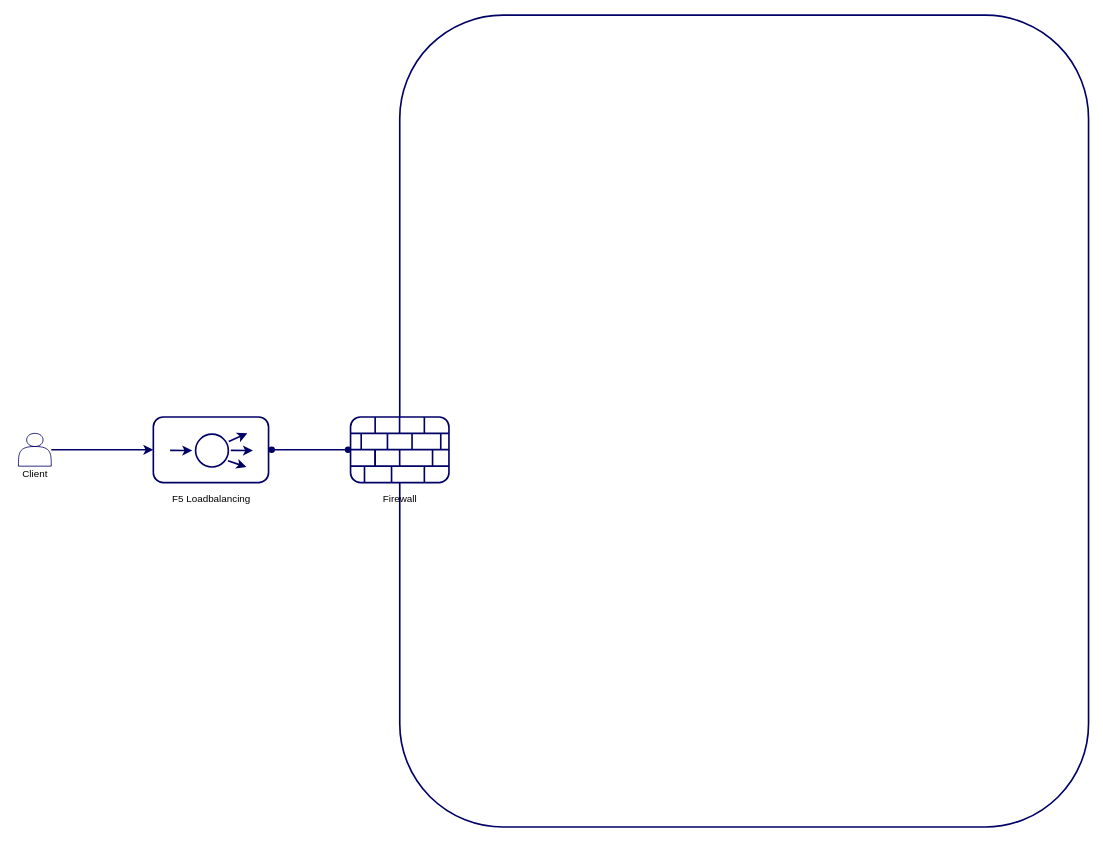
The draw.io diagram Biểu đồ không có tiêu đề.drawio in mitgaming/drawio, before the edit. Source tidied: cells renumbered, new cells numbered last; positions are measured from the earlier drawing's top-left corner, leaving out a move shared by most shapes. Both pictures are drawn from the tidied source at 82%, with x=0, y=0 at pixel (14, 15).
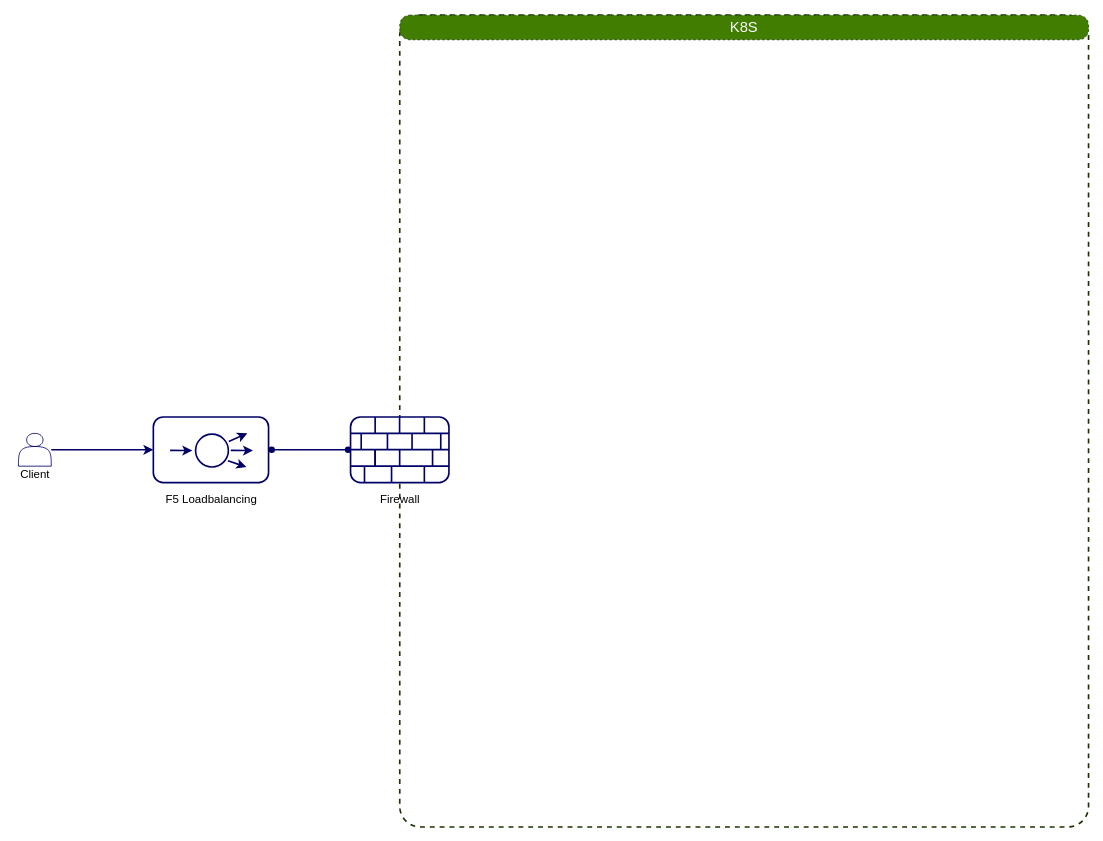
The same page after the edit.

Commit message (it also covers changes not shown here):
Cập nhật Biểu đồ không có tiêu đề.drawio

The change refers to these unchanged cells:
```xml
<mxCell id="11" style="group;" parent="1" vertex="1">
  <mxGeometry y="510" width="50" height="60" as="geometry" />
</mxCell>
<mxCell id="19" style="group;" parent="1" vertex="1">
  <mxGeometry x="410" y="490" width="120" height="110" as="geometry" />
</mxCell>
```

The edit, as a diff of the source:
```diff
@@
-    <mxCell id="10" value="F5 Loadbalancing" style="text;html=1;align=center;verticalAlign=middle;strokeColor=none;fillColor=none;" parent="1" vertex="1">
-      <mxGeometry x="184.8" y="580" width="110" height="20" as="geometry" />
+    <mxCell id="10" value="&lt;font style=&quot;font-size: 14px&quot;&gt;F5 Loadbalancing&lt;/font&gt;" style="text;html=1;align=center;verticalAlign=middle;strokeColor=none;fillColor=none;" parent="1" vertex="1">
+      <mxGeometry x="174.8" y="580" width="130" height="20" as="geometry" />
     </mxCell>
@@
-    <mxCell id="13" value="Client" style="text;html=1;align=center;verticalAlign=middle;strokeColor=none;fillColor=none;" parent="11" vertex="1">
+    <mxCell id="13" value="&lt;font style=&quot;font-size: 14px&quot;&gt;Client&lt;/font&gt;" style="text;html=1;align=center;verticalAlign=middle;strokeColor=none;fillColor=none;" parent="11" vertex="1">
       <mxGeometry y="40" width="50" height="20" as="geometry" />
     </mxCell>
@@
-    <mxCell id="18" style="rounded=1;whiteSpace=wrap;html=1;strokeColor=#000066;strokeWidth=2;fillColor=none;" parent="1" vertex="1">
+    <mxCell id="18" style="rounded=1;whiteSpace=wrap;html=1;strokeColor=#1A3300;strokeWidth=2;fillColor=none;arcSize=3;dashed=1;" parent="1" vertex="1">
       <mxGeometry x="470" width="840" height="990" as="geometry" />
     </mxCell>
@@
-    <mxCell id="38" value="Firewall" style="text;html=1;align=center;verticalAlign=middle;strokeColor=none;fillColor=none;" parent="19" vertex="1">
+    <mxCell id="38" value="&lt;font style=&quot;font-size: 14px&quot;&gt;Firewall&lt;/font&gt;" style="text;html=1;align=center;verticalAlign=middle;strokeColor=none;fillColor=none;" parent="19" vertex="1">
       <mxGeometry x="30" y="90" width="60" height="20" as="geometry" />
     </mxCell>
+    <mxCell id="39" value="&lt;font color=&quot;#ffffff&quot; style=&quot;font-size: 18px&quot;&gt;K8S&lt;/font&gt;" style="rounded=1;whiteSpace=wrap;html=1;dashed=1;fontSize=14;strokeColor=#1A3300;strokeWidth=1;fillColor=#407D00;arcSize=41;" parent="1" vertex="1">
+      <mxGeometry x="470" width="840" height="30" as="geometry" />
+    </mxCell>
```
